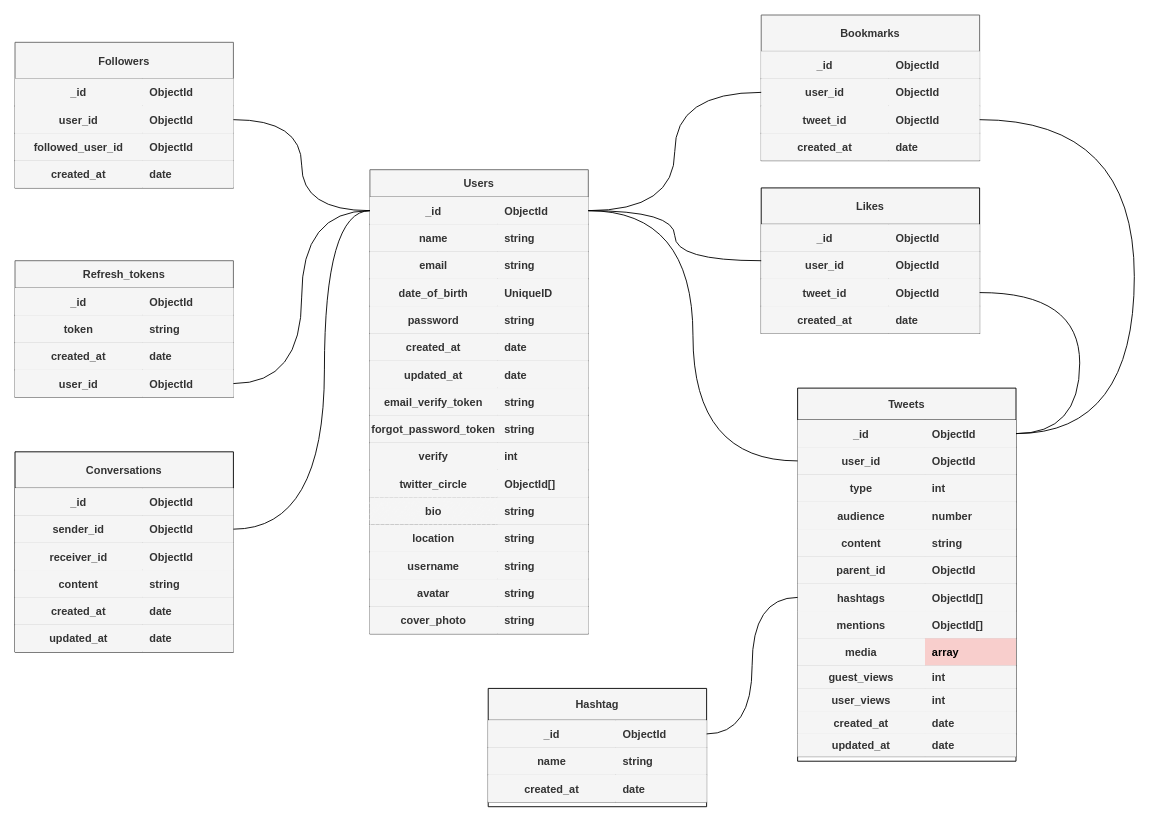
Above: page "Database" (1 of 3) of SoDo.drawio in haota1307/project-twitter (draw.io), before the change. Source tidied: cells renumbered, new cells numbered last; positions are measured from the earlier drawing's top-left corner, leaving out a move shared by most shapes. Both pictures are drawn from the tidied source at 91%, with x=0, y=0 at pixel (15, 15).
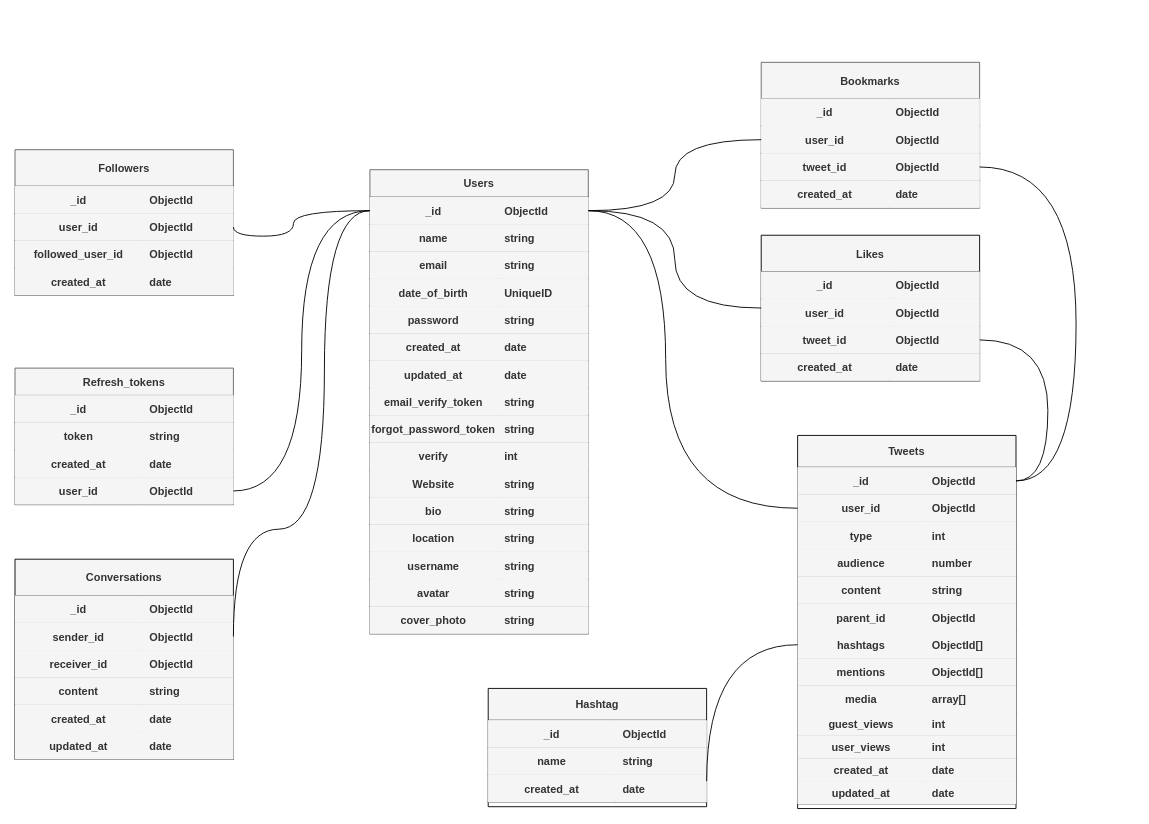
The same diagram, later.

Unchanged cells that the change refers to:
```xml
<mxCell id="3" style="shape=tableRow;horizontal=0;startSize=0;swimlaneHead=0;swimlaneBody=0;fillColor=#f5f5f5;points=[[0,0.5],[1,0.5]];portConstraint=eastwest;top=0;left=0;right=0;bottom=1;shadow=0;strokeColor=#666666;fontColor=#333333;" parent="2" vertex="1">
  <mxGeometry y="30" width="240" height="30" as="geometry" />
</mxCell>
<mxCell id="33" style="shape=tableRow;horizontal=0;startSize=0;swimlaneHead=0;swimlaneBody=0;fillColor=#f5f5f5;top=0;left=0;right=0;bottom=1;shadow=0;strokeColor=#666666;fontColor=#333333;" parent="2" vertex="1">
  <mxGeometry y="330" width="240" height="30" as="geometry" />
</mxCell>
<mxCell id="36" style="shape=tableRow;horizontal=0;startSize=0;swimlaneHead=0;swimlaneBody=0;fillColor=#f5f5f5;top=0;left=0;right=0;bottom=1;shadow=0;strokeColor=#666666;fontColor=#333333;" parent="2" vertex="1">
  <mxGeometry y="360" width="240" height="30" as="geometry" />
</mxCell>
<mxCell id="68" style="shape=tableRow;horizontal=0;startSize=0;swimlaneHead=0;swimlaneBody=0;fillColor=#f5f5f5;points=[[0,0.5],[1,0.5]];portConstraint=eastwest;top=0;left=0;right=0;bottom=1;fontColor=#333333;strokeColor=#666666;swimlaneFillColor=default;" parent="64" vertex="1">
  <mxGeometry y="70" width="240" height="30" as="geometry" />
</mxCell>
<mxCell id="84" style="shape=tableRow;horizontal=0;startSize=0;swimlaneHead=0;swimlaneBody=0;fillColor=#f5f5f5;points=[[0,0.5],[1,0.5]];portConstraint=eastwest;top=0;left=0;right=0;bottom=1;fontColor=#333333;strokeColor=#666666;swimlaneFillColor=default;" parent="77" vertex="1">
  <mxGeometry y="100" width="240" height="30" as="geometry" />
</mxCell>
<mxCell id="97" style="shape=tableRow;horizontal=0;startSize=0;swimlaneHead=0;swimlaneBody=0;fillColor=#f5f5f5;points=[[0,0.5],[1,0.5]];portConstraint=eastwest;top=0;left=0;right=0;bottom=1;fontColor=#333333;strokeColor=#666666;swimlaneFillColor=default;" parent="90" vertex="1">
  <mxGeometry y="100" width="240" height="30" as="geometry" />
</mxCell>
<mxCell id="126" style="shape=tableRow;horizontal=0;startSize=0;swimlaneHead=0;swimlaneBody=0;fillColor=#f5f5f5;points=[[0,0.5],[1,0.5]];portConstraint=eastwest;top=0;left=0;right=0;bottom=1;fontColor=#333333;strokeColor=#666666;swimlaneFillColor=default;" parent="125" vertex="1">
  <mxGeometry y="35" width="240" height="30" as="geometry" />
</mxCell>
<mxCell id="136" style="shape=tableRow;horizontal=0;startSize=0;swimlaneHead=0;swimlaneBody=0;fillColor=#f5f5f5;points=[[0,0.5],[1,0.5]];portConstraint=eastwest;top=0;left=0;right=0;bottom=1;fontColor=#333333;strokeColor=#666666;swimlaneFillColor=default;" parent="135" vertex="1">
  <mxGeometry y="35" width="240" height="30" as="geometry" />
</mxCell>
<mxCell id="139" style="shape=tableRow;horizontal=0;startSize=0;swimlaneHead=0;swimlaneBody=0;fillColor=#f5f5f5;points=[[0,0.5],[1,0.5]];portConstraint=eastwest;top=0;left=0;right=0;bottom=1;fontColor=#333333;strokeColor=#666666;swimlaneFillColor=default;" parent="135" vertex="1">
  <mxGeometry y="65" width="240" height="30" as="geometry" />
</mxCell>
<mxCell id="154" style="shape=tableRow;horizontal=0;startSize=0;swimlaneHead=0;swimlaneBody=0;fillColor=#f5f5f5;points=[[0,0.5],[1,0.5]];portConstraint=eastwest;top=0;left=0;right=0;bottom=1;fontColor=#333333;strokeColor=#666666;swimlaneFillColor=default;" parent="135" vertex="1">
  <mxGeometry y="215" width="240" height="30" as="geometry" />
</mxCell>
<mxCell id="160" style="shape=tableRow;horizontal=0;startSize=0;swimlaneHead=0;swimlaneBody=0;fillColor=#f5f5f5;top=0;left=0;right=0;bottom=1;fontColor=#333333;strokeColor=#666666;swimlaneFillColor=default;" parent="135" vertex="1">
  <mxGeometry y="275" width="240" height="30" as="geometry" />
</mxCell>
```

Diff of the diagram source:
```diff
@@
-    <mxCell id="34" value="twitter_circle" style="shape=partialRectangle;fillColor=#f5f5f5;top=0;left=0;bottom=0;right=0;fontStyle=1;overflow=hidden;shadow=0;strokeColor=#666666;fontColor=#333333;" parent="33" vertex="1">
+    <mxCell id="34" value="Website" style="shape=partialRectangle;fillColor=#f5f5f5;top=0;left=0;bottom=0;right=0;fontStyle=1;overflow=hidden;shadow=0;strokeColor=#666666;fontColor=#333333;" parent="33" vertex="1">
       <mxGeometry width="140" height="30" as="geometry" />
     </mxCell>
-    <mxCell id="35" value="ObjectId[]" style="shape=partialRectangle;fillColor=#f5f5f5;top=0;left=0;bottom=0;right=0;align=left;spacingLeft=6;fontStyle=1;overflow=hidden;shadow=0;strokeColor=#666666;fontColor=#333333;" parent="33" vertex="1">
+    <mxCell id="35" value="string" style="shape=partialRectangle;fillColor=#f5f5f5;top=0;left=0;bottom=0;right=0;align=left;spacingLeft=6;fontStyle=1;overflow=hidden;shadow=0;strokeColor=#666666;fontColor=#333333;" parent="33" vertex="1">
       <mxGeometry x="140" width="100" height="30" as="geometry" />
     </mxCell>
@@
-    <mxCell id="37" value="bio" style="shape=partialRectangle;fillColor=#f5f5f5;top=0;left=0;bottom=0;right=0;fontStyle=1;overflow=hidden;shadow=0;sketch=1;curveFitting=1;jiggle=2;strokeColor=#666666;fontColor=#333333;" parent="36" vertex="1">
+    <mxCell id="37" value="bio" style="shape=partialRectangle;fillColor=#f5f5f5;top=0;left=0;bottom=0;right=0;fontStyle=1;overflow=hidden;shadow=0;strokeColor=#666666;fontColor=#333333;" parent="36" vertex="1">
       <mxGeometry width="140" height="30" as="geometry" />
     </mxCell>
@@
     <mxCell id="51" value="Refresh_tokens" style="shape=table;startSize=30;childLayout=tableLayout;rowLines=0;fontStyle=1;align=center;fillColor=#f5f5f5;fontColor=#333333;strokeColor=#666666;swimlaneFillColor=default;" parent="1" vertex="1">
-      <mxGeometry y="270" width="240" height="150" as="geometry" />
+      <mxGeometry y="388" width="240" height="150" as="geometry" />
     </mxCell>
@@
     <mxCell id="64" value="Followers" style="shape=table;startSize=40;childLayout=tableLayout;rowLines=0;fontStyle=1;align=center;fillColor=#f5f5f5;fontColor=#333333;strokeColor=#666666;swimlaneFillColor=default;" parent="1" vertex="1">
-      <mxGeometry y="30" width="240" height="160" as="geometry" />
+      <mxGeometry y="148" width="240" height="160" as="geometry" />
     </mxCell>
@@
     <mxCell id="77" value="Bookmarks" style="shape=table;startSize=40;childLayout=tableLayout;rowLines=0;fontStyle=1;align=center;fillColor=#f5f5f5;fontColor=#333333;strokeColor=#666666;swimlaneFillColor=default;" parent="1" vertex="1">
-      <mxGeometry x="820" width="240" height="160" as="geometry" />
+      <mxGeometry x="820" y="52" width="240" height="160" as="geometry" />
     </mxCell>
@@
     <mxCell id="90" value="Likes" style="shape=table;startSize=40;childLayout=tableLayout;rowLines=0;fontStyle=1;align=center;fillColor=#f5f5f5;fontColor=#333333;strokeColor=default;swimlaneFillColor=none;" parent="1" vertex="1">
-      <mxGeometry x="820" y="190" width="240" height="160" as="geometry" />
+      <mxGeometry x="820" y="242" width="240" height="160" as="geometry" />
     </mxCell>
@@
     <mxCell id="106" value="Conversations" style="shape=table;startSize=40;childLayout=tableLayout;rowLines=0;fontStyle=1;align=center;fillColor=#f5f5f5;fontColor=#333333;strokeColor=default;swimlaneFillColor=none;" parent="1" vertex="1">
-      <mxGeometry y="480" width="240" height="220" as="geometry" />
+      <mxGeometry y="598" width="240" height="220" as="geometry" />
     </mxCell>
@@
     <mxCell id="135" value="Tweets" style="shape=table;startSize=35;childLayout=tableLayout;rowLines=0;fontStyle=1;align=center;fillColor=#f5f5f5;fontColor=#333333;strokeColor=default;swimlaneFillColor=none;" parent="1" vertex="1">
-      <mxGeometry x="860" y="410" width="240" height="410" as="geometry" />
+      <mxGeometry x="860" y="462" width="240" height="410" as="geometry" />
     </mxCell>
@@
-    <mxCell id="162" value="array" style="shape=partialRectangle;fillColor=#f8cecc;top=0;left=0;bottom=0;right=0;align=left;spacingLeft=6;fontStyle=1;overflow=hidden;strokeColor=#b85450;swimlaneFillColor=default;" parent="160" vertex="1">
+    <mxCell id="162" value="array[]" style="shape=partialRectangle;top=0;left=0;bottom=0;right=0;align=left;spacingLeft=6;fontStyle=1;overflow=hidden;swimlaneFillColor=default;fillColor=#f5f5f5;fontColor=#333333;strokeColor=#666666;" parent="160" vertex="1">
       <mxGeometry x="140" width="100" height="30" as="geometry" />
     </mxCell>
@@
     <mxCell id="175" style="endArrow=none;html=1;rounded=0;strokeColor=default;jumpStyle=none;entryX=1;entryY=0.5;entryDx=0;entryDy=0;edgeStyle=orthogonalEdgeStyle;curved=1;exitX=0;exitY=0.5;exitDx=0;exitDy=0;" parent="1" edge="1" source="3" target="68">
-      <mxGeometry relative="1" as="geometry" />
+      <mxGeometry relative="1" as="geometry">
+        <Array as="points">
+          <mxPoint x="306" y="215" />
+          <mxPoint x="306" y="243" />
+          <mxPoint x="240" y="243" />
+        </Array>
+      </mxGeometry>
     </mxCell>
@@
     <mxCell id="177" style="endArrow=none;html=1;rounded=0;strokeColor=default;curved=1;jumpStyle=none;edgeStyle=orthogonalEdgeStyle;exitX=1;exitY=0.5;exitDx=0;exitDy=0;entryX=0;entryY=0.5;entryDx=0;entryDy=0;" parent="1" edge="1" source="3" target="139">
-      <mxGeometry relative="1" as="geometry" />
+      <mxGeometry relative="1" as="geometry">
+        <Array as="points">
+          <mxPoint x="715" y="215" />
+          <mxPoint x="715" y="542" />
+        </Array>
+      </mxGeometry>
     </mxCell>
-    <mxCell id="178" style="endArrow=none;html=1;rounded=0;strokeColor=default;curved=1;jumpStyle=none;edgeStyle=orthogonalEdgeStyle;exitX=1;exitY=0.5;exitDx=0;exitDy=0;entryX=0;entryY=0.5;entryDx=0;entryDy=0;" parent="1" edge="1" source="126" target="154">
-      <mxGeometry relative="1" as="geometry" />
+    <mxCell id="178" style="endArrow=none;html=1;rounded=0;strokeColor=default;curved=1;jumpStyle=none;edgeStyle=orthogonalEdgeStyle;exitX=1;exitY=0.5;exitDx=0;exitDy=0;entryX=0;entryY=0.5;entryDx=0;entryDy=0;" parent="1" edge="1" target="154">
+      <mxGeometry relative="1" as="geometry">
+        <mxPoint x="760" y="842" as="sourcePoint" />
+      </mxGeometry>
     </mxCell>
     <mxCell id="179" style="endArrow=none;html=1;rounded=0;strokeColor=default;curved=1;jumpStyle=none;edgeStyle=orthogonalEdgeStyle;exitX=1;exitY=0.5;exitDx=0;exitDy=0;entryX=1;entryY=0.5;entryDx=0;entryDy=0;" parent="1" edge="1" source="136" target="97">
       <mxGeometry relative="1" as="geometry">
         <Array as="points">
-          <mxPoint x="1170" y="460" />
-          <mxPoint x="1170" y="305" />
+          <mxPoint x="1135" y="512" />
+          <mxPoint x="1135" y="357" />
         </Array>
       </mxGeometry>
     </mxCell>
     <mxCell id="180" style="endArrow=none;html=1;rounded=0;strokeColor=default;curved=1;jumpStyle=none;edgeStyle=orthogonalEdgeStyle;exitX=1;exitY=0.5;exitDx=0;exitDy=0;entryX=1;entryY=0.5;entryDx=0;entryDy=0;" parent="1" edge="1" source="136" target="84">
       <mxGeometry relative="1" as="geometry">
         <Array as="points">
-          <mxPoint x="1230" y="460" />
-          <mxPoint x="1230" y="115" />
+          <mxPoint x="1166" y="512" />
+          <mxPoint x="1166" y="167" />
         </Array>
       </mxGeometry>
     </mxCell>
```
